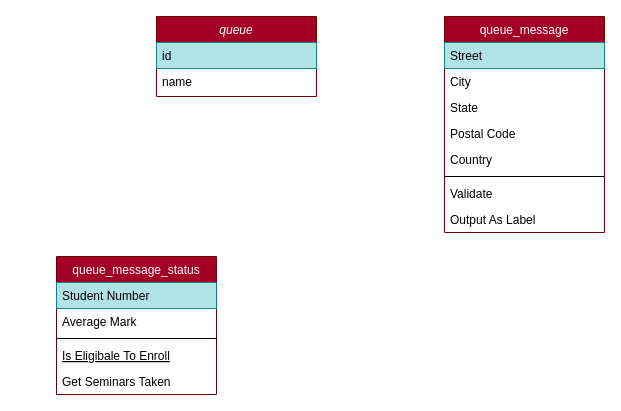
phongvu99/hello-world keeps this draw.io diagram as MQF.drawio. Above is the earlier version. Source tidied: cells renumbered, new cells numbered last; positions are measured from the earlier drawing's top-left corner, leaving out a move shared by most shapes. Both pictures are drawn from the tidied source at 100%, with x=0, y=0 at pixel (56, 16).
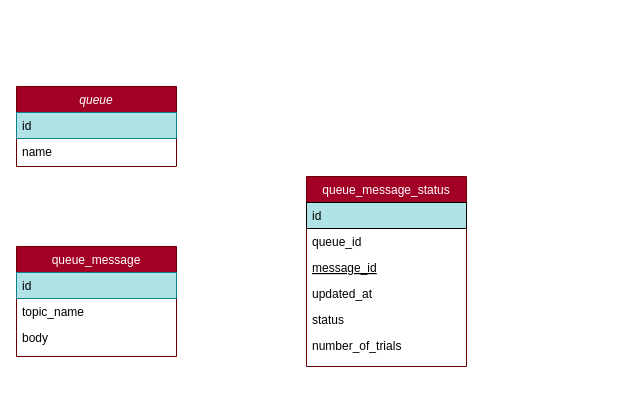
Above is the later version.

Diff of the diagram source:
```diff
@@
 <mxGraphModel>
   <root>
     <mxCell id="0" />
     <mxCell id="1" parent="0" />
+    <mxCell id="5" value="queue_message_status" style="swimlane;fontStyle=0;align=center;verticalAlign=top;horizontal=1;startSize=26;rounded=0;shadow=0;strokeWidth=1;fillColor=#a20025;strokeColor=#6F0000;fontColor=#ffffff;" parent="1" vertex="1">
+      <mxGeometry x="250" y="160" width="160" height="190" as="geometry" />
+    </mxCell>
+    <mxCell id="6" value="id" style="text;align=left;verticalAlign=top;spacingLeft=4;spacingRight=4;overflow=hidden;fillColor=#b0e3e6;strokeColor=#000000;" parent="5" vertex="1">
+      <mxGeometry y="26" width="160" height="26" as="geometry" />
+    </mxCell>
+    <mxCell id="7" value="queue_id" style="text;align=left;verticalAlign=top;spacingLeft=4;spacingRight=4;overflow=hidden;rounded=0;shadow=0;html=0;" parent="5" vertex="1">
+      <mxGeometry y="52" width="160" height="26" as="geometry" />
+    </mxCell>
+    <mxCell id="9" value="message_id" style="text;align=left;verticalAlign=top;spacingLeft=4;spacingRight=4;overflow=hidden;fontStyle=4;" parent="5" vertex="1">
+      <mxGeometry y="78" width="160" height="26" as="geometry" />
+    </mxCell>
+    <mxCell id="20" value="updated_at" style="text;align=left;verticalAlign=top;spacingLeft=4;spacingRight=4;overflow=hidden;" parent="5" vertex="1">
+      <mxGeometry y="104" width="160" height="26" as="geometry" />
+    </mxCell>
+    <mxCell id="21" value="status" style="text;align=left;verticalAlign=top;spacingLeft=4;spacingRight=4;overflow=hidden;" parent="5" vertex="1">
+      <mxGeometry y="130" width="160" height="26" as="geometry" />
+    </mxCell>
+    <mxCell id="22" value="number_of_trials" style="text;align=left;verticalAlign=top;spacingLeft=4;spacingRight=4;overflow=hidden;" parent="5" vertex="1">
+      <mxGeometry y="156" width="160" height="26" as="geometry" />
+    </mxCell>
     <mxCell id="2" value="queue" style="swimlane;fontStyle=2;align=center;verticalAlign=top;horizontal=1;startSize=26;rounded=0;shadow=0;strokeWidth=1;fillColor=#a20025;strokeColor=#6F0000;fontColor=#ffffff;" parent="1" vertex="1">
-      <mxGeometry x="100" width="160" height="80" as="geometry" />
+      <mxGeometry x="-40" y="70" width="160" height="80" as="geometry" />
     </mxCell>
     <mxCell id="3" value="id" style="text;align=left;verticalAlign=top;spacingLeft=4;spacingRight=4;overflow=hidden;fillColor=#b0e3e6;strokeColor=#0e8088;" parent="2" vertex="1">
       <mxGeometry y="26" width="160" height="26" as="geometry" />
     </mxCell>
     <mxCell id="4" value="name" style="text;align=left;verticalAlign=top;spacingLeft=4;spacingRight=4;overflow=hidden;rounded=0;shadow=0;html=0;" parent="2" vertex="1">
       <mxGeometry y="52" width="160" height="26" as="geometry" />
     </mxCell>
-    <mxCell id="5" value="queue_message_status" style="swimlane;fontStyle=0;align=center;verticalAlign=top;horizontal=1;startSize=26;rounded=0;shadow=0;strokeWidth=1;fillColor=#a20025;strokeColor=#6F0000;fontColor=#ffffff;" parent="1" vertex="1">
-      <mxGeometry y="240" width="160" height="138" as="geometry" />
-    </mxCell>
-    <mxCell id="6" value="Student Number" style="text;align=left;verticalAlign=top;spacingLeft=4;spacingRight=4;overflow=hidden;fillColor=#b0e3e6;strokeColor=#0e8088;" parent="5" vertex="1">
-      <mxGeometry y="26" width="160" height="26" as="geometry" />
-    </mxCell>
-    <mxCell id="7" value="Average Mark" style="text;align=left;verticalAlign=top;spacingLeft=4;spacingRight=4;overflow=hidden;rounded=0;shadow=0;html=0;" parent="5" vertex="1">
-      <mxGeometry y="52" width="160" height="26" as="geometry" />
-    </mxCell>
-    <mxCell id="8" style="line;html=1;strokeWidth=1;align=left;verticalAlign=middle;spacingTop=-1;spacingLeft=3;spacingRight=3;labelPosition=right;" parent="5" vertex="1">
-      <mxGeometry y="78" width="160" height="8" as="geometry" />
-    </mxCell>
-    <mxCell id="9" value="Is Eligibale To Enroll" style="text;align=left;verticalAlign=top;spacingLeft=4;spacingRight=4;overflow=hidden;fontStyle=4;" parent="5" vertex="1">
-      <mxGeometry y="86" width="160" height="26" as="geometry" />
-    </mxCell>
-    <mxCell id="10" value="Get Seminars Taken" style="text;align=left;verticalAlign=top;spacingLeft=4;spacingRight=4;overflow=hidden;" parent="5" vertex="1">
-      <mxGeometry y="112" width="160" height="26" as="geometry" />
-    </mxCell>
     <mxCell id="11" value="queue_message" style="swimlane;fontStyle=0;align=center;verticalAlign=top;horizontal=1;startSize=26;rounded=0;shadow=0;strokeWidth=1;fillColor=#a20025;strokeColor=#6F0000;fontColor=#ffffff;" parent="1" vertex="1">
-      <mxGeometry x="388" width="160" height="216" as="geometry" />
+      <mxGeometry x="-40" y="230" width="160" height="110" as="geometry" />
     </mxCell>
-    <mxCell id="12" value="Street" style="text;align=left;verticalAlign=top;spacingLeft=4;spacingRight=4;overflow=hidden;fillColor=#b0e3e6;strokeColor=#0e8088;" parent="11" vertex="1">
+    <mxCell id="12" value="id" style="text;align=left;verticalAlign=top;spacingLeft=4;spacingRight=4;overflow=hidden;fillColor=#b0e3e6;strokeColor=#0e8088;" parent="11" vertex="1">
       <mxGeometry y="26" width="160" height="26" as="geometry" />
     </mxCell>
-    <mxCell id="13" value="City" style="text;align=left;verticalAlign=top;spacingLeft=4;spacingRight=4;overflow=hidden;rounded=0;shadow=0;html=0;" parent="11" vertex="1">
+    <mxCell id="13" value="topic_name" style="text;align=left;verticalAlign=top;spacingLeft=4;spacingRight=4;overflow=hidden;rounded=0;shadow=0;html=0;" parent="11" vertex="1">
       <mxGeometry y="52" width="160" height="26" as="geometry" />
     </mxCell>
-    <mxCell id="14" value="State" style="text;align=left;verticalAlign=top;spacingLeft=4;spacingRight=4;overflow=hidden;rounded=0;shadow=0;html=0;" parent="11" vertex="1">
+    <mxCell id="14" value="body" style="text;align=left;verticalAlign=top;spacingLeft=4;spacingRight=4;overflow=hidden;rounded=0;shadow=0;html=0;" parent="11" vertex="1">
       <mxGeometry y="78" width="160" height="26" as="geometry" />
     </mxCell>
-    <mxCell id="15" value="Postal Code" style="text;align=left;verticalAlign=top;spacingLeft=4;spacingRight=4;overflow=hidden;rounded=0;shadow=0;html=0;" parent="11" vertex="1">
-      <mxGeometry y="104" width="160" height="26" as="geometry" />
-    </mxCell>
-    <mxCell id="16" value="Country" style="text;align=left;verticalAlign=top;spacingLeft=4;spacingRight=4;overflow=hidden;rounded=0;shadow=0;html=0;" parent="11" vertex="1">
-      <mxGeometry y="130" width="160" height="26" as="geometry" />
-    </mxCell>
-    <mxCell id="17" style="line;html=1;strokeWidth=1;align=left;verticalAlign=middle;spacingTop=-1;spacingLeft=3;spacingRight=3;labelPosition=right;" parent="11" vertex="1">
-      <mxGeometry y="156" width="160" height="8" as="geometry" />
-    </mxCell>
-    <mxCell id="18" value="Validate" style="text;align=left;verticalAlign=top;spacingLeft=4;spacingRight=4;overflow=hidden;" parent="11" vertex="1">
-      <mxGeometry y="164" width="160" height="26" as="geometry" />
-    </mxCell>
-    <mxCell id="19" value="Output As Label" style="text;align=left;verticalAlign=top;spacingLeft=4;spacingRight=4;overflow=hidden;" parent="11" vertex="1">
-      <mxGeometry y="190" width="160" height="26" as="geometry" />
-    </mxCell>
   </root>
 </mxGraphModel>
```
